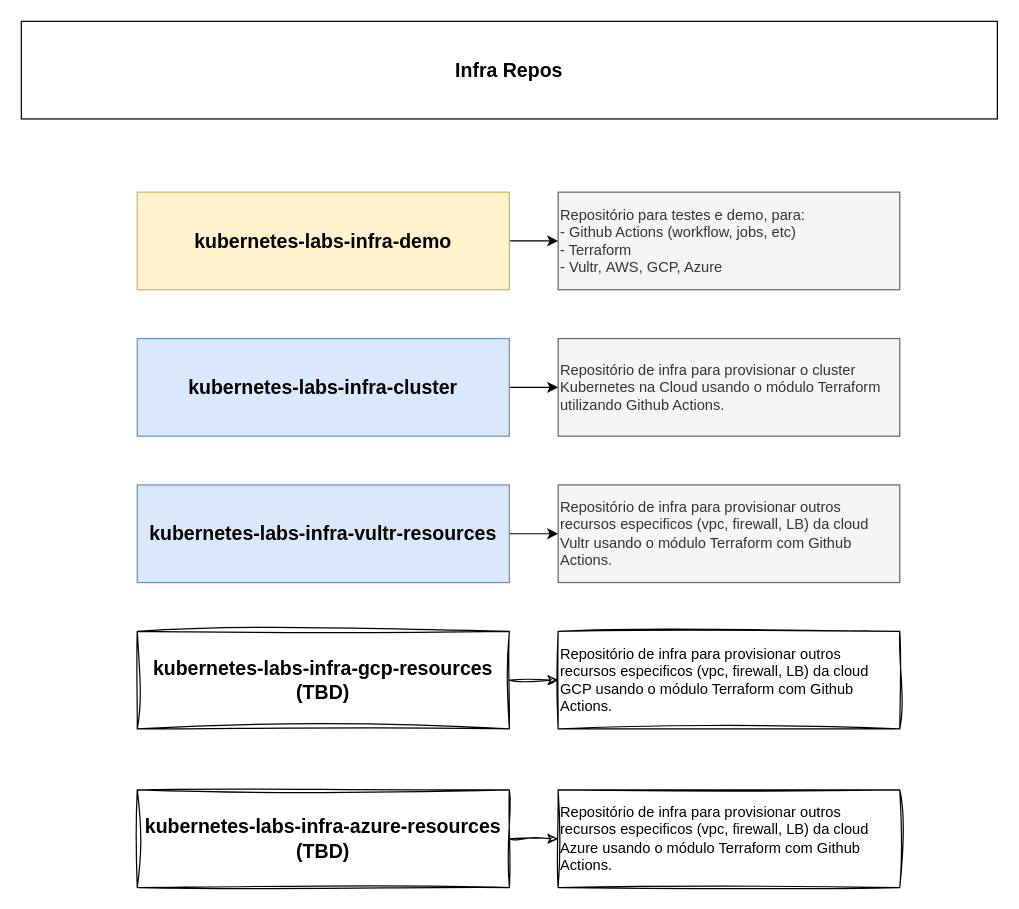
Before: page "repos" (2 of 4) of drawio/arquitetura.drawio in jhegner/kubernetes-labs, a draw.io diagram. Source tidied: cells renumbered, new cells numbered last; positions are measured from the earlier drawing's top-left corner, leaving out a move shared by most shapes. Both pictures are drawn from the tidied source at 122%, with x=0, y=0 at pixel (21, 21).
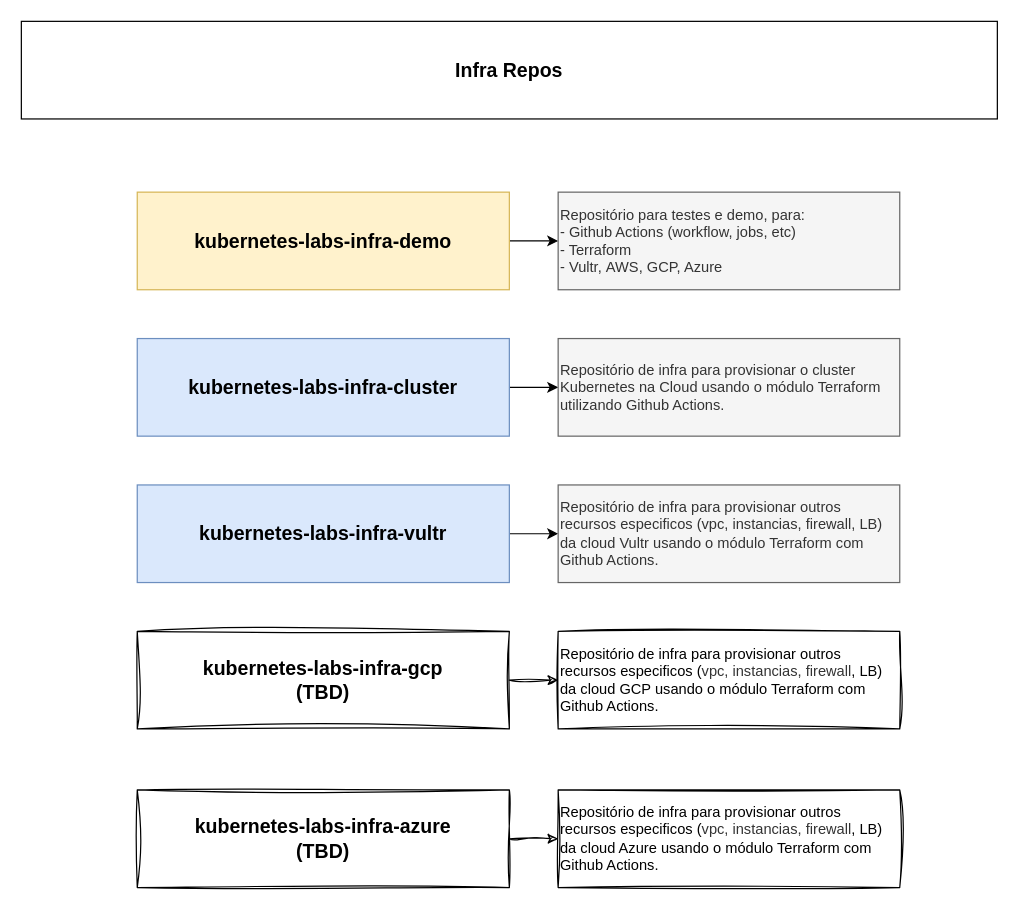
The same diagram, later.

The edit, as a diff of the source:
```diff
@@
 <mxGraphModel>
   <root>
     <mxCell id="0" />
     <mxCell id="1" parent="0" />
     <mxCell id="2" value="&lt;span style=&quot;font-size: 16px; font-weight: 700; text-wrap-mode: nowrap; font-style: normal;&quot;&gt;Infra Repos&lt;/span&gt;" style="whiteSpace=wrap;html=1;fontStyle=2;" parent="1" vertex="1">
       <mxGeometry width="800" height="80" as="geometry" />
     </mxCell>
     <mxCell id="3" style="edgeStyle=orthogonalEdgeStyle;rounded=0;jettySize=auto;html=1;" parent="1" edge="1" source="4" target="7">
       <mxGeometry relative="1" as="geometry" />
     </mxCell>
     <mxCell id="4" value="&lt;span style=&quot;font-size: 16px; text-wrap-mode: nowrap;&quot;&gt;&lt;b&gt;kubernetes-labs-infra-demo&lt;/b&gt;&lt;/span&gt;" style="whiteSpace=wrap;html=1;fillColor=#fff2cc;strokeColor=#d6b656;" parent="1" vertex="1">
       <mxGeometry x="95" y="140" width="305" height="80" as="geometry" />
     </mxCell>
     <mxCell id="5" style="edgeStyle=orthogonalEdgeStyle;rounded=0;jettySize=auto;html=1;" parent="1" edge="1" source="6" target="8">
       <mxGeometry relative="1" as="geometry" />
     </mxCell>
     <mxCell id="6" value="&lt;span style=&quot;font-size: 16px; text-wrap-mode: nowrap;&quot;&gt;&lt;b&gt;&lt;span style=&quot;font-style: normal;&quot;&gt;kubernetes-labs-infra-cluster&lt;/span&gt;&lt;/b&gt;&lt;/span&gt;" style="whiteSpace=wrap;html=1;fontStyle=2;fillColor=#dae8fc;strokeColor=#6c8ebf;" parent="1" vertex="1">
       <mxGeometry x="95" y="260" width="305" height="80" as="geometry" />
     </mxCell>
     <mxCell id="7" value="Repositório para testes e demo, para:&lt;br&gt;- Github Actions (workflow, jobs, etc)&lt;br&gt;- Terraform&lt;br&gt;- Vultr,&amp;nbsp;&lt;span style=&quot;background-color: transparent; color: light-dark(rgb(51, 51, 51), rgb(193, 193, 193));&quot;&gt;AWS, GCP, Azure&lt;/span&gt;" style="whiteSpace=wrap;html=1;align=left;verticalAlign=middle;fillColor=#f5f5f5;strokeColor=#666666;fontColor=#333333;" parent="1" vertex="1">
       <mxGeometry x="440" y="140" width="280" height="80" as="geometry" />
     </mxCell>
     <mxCell id="8" value="Repositório de infra para provisionar o cluster Kubernetes na Cloud usando o módulo Terraform utilizando Github Actions." style="whiteSpace=wrap;html=1;align=left;verticalAlign=middle;fillColor=#f5f5f5;strokeColor=#666666;fontColor=#333333;" parent="1" vertex="1">
       <mxGeometry x="440" y="260" width="280" height="80" as="geometry" />
     </mxCell>
     <mxCell id="9" style="edgeStyle=orthogonalEdgeStyle;rounded=0;jettySize=auto;html=1;" parent="1" edge="1" source="10" target="11">
       <mxGeometry relative="1" as="geometry" />
     </mxCell>
-    <mxCell id="10" value="&lt;span style=&quot;font-size: 16px; text-wrap-mode: nowrap;&quot;&gt;&lt;b&gt;&lt;span style=&quot;font-style: normal;&quot;&gt;kubernetes-labs-infra-vultr-resources&lt;/span&gt;&lt;/b&gt;&lt;/span&gt;" style="whiteSpace=wrap;html=1;fontStyle=2;fillColor=#dae8fc;strokeColor=#6c8ebf;" parent="1" vertex="1">
+    <mxCell id="10" value="&lt;span style=&quot;font-size: 16px; text-wrap-mode: nowrap;&quot;&gt;&lt;b&gt;&lt;span style=&quot;font-style: normal;&quot;&gt;kubernetes-labs-infra-vultr&lt;/span&gt;&lt;/b&gt;&lt;/span&gt;" style="whiteSpace=wrap;html=1;fontStyle=2;fillColor=#dae8fc;strokeColor=#6c8ebf;" parent="1" vertex="1">
       <mxGeometry x="95" y="380" width="305" height="80" as="geometry" />
     </mxCell>
-    <mxCell id="11" value="Repositório de infra para provisionar outros recursos especificos (vpc, firewall, LB) da cloud Vultr usando o módulo Terraform com Github Actions." style="whiteSpace=wrap;html=1;align=left;verticalAlign=middle;fillColor=#f5f5f5;strokeColor=#666666;fontColor=#333333;" parent="1" vertex="1">
+    <mxCell id="11" value="Repositório de infra para provisionar outros recursos especificos (vpc, instancias,&amp;nbsp;firewall, LB) da cloud Vultr usando o módulo Terraform com Github Actions." style="whiteSpace=wrap;html=1;align=left;verticalAlign=middle;fillColor=#f5f5f5;strokeColor=#666666;fontColor=#333333;" parent="1" vertex="1">
       <mxGeometry x="440" y="380" width="280" height="80" as="geometry" />
     </mxCell>
     <mxCell id="12" style="edgeStyle=orthogonalEdgeStyle;rounded=0;jettySize=auto;html=1;fillColor=none;shadow=0;sketch=1;curveFitting=1;jiggle=2;" parent="1" edge="1" source="13" target="14">
       <mxGeometry relative="1" as="geometry" />
     </mxCell>
-    <mxCell id="13" value="&lt;span style=&quot;font-size: 16px; text-wrap-mode: nowrap;&quot;&gt;&lt;b&gt;&lt;span style=&quot;font-style: normal;&quot;&gt;kubernetes-labs-infra-gcp-resources&lt;br&gt;(TBD)&lt;/span&gt;&lt;/b&gt;&lt;/span&gt;" style="whiteSpace=wrap;html=1;fontStyle=2;fillColor=none;shadow=0;sketch=1;curveFitting=1;jiggle=2;" parent="1" vertex="1">
+    <mxCell id="13" value="&lt;span style=&quot;font-size: 16px; text-wrap-mode: nowrap;&quot;&gt;&lt;b&gt;&lt;span style=&quot;font-style: normal;&quot;&gt;kubernetes-labs-infra-gcp&lt;br&gt;(TBD)&lt;/span&gt;&lt;/b&gt;&lt;/span&gt;" style="whiteSpace=wrap;html=1;fontStyle=2;fillColor=none;shadow=0;sketch=1;curveFitting=1;jiggle=2;" parent="1" vertex="1">
       <mxGeometry x="95" y="500" width="305" height="80" as="geometry" />
     </mxCell>
-    <mxCell id="14" value="Repositório de infra para provisionar outros recursos especificos (vpc, firewall, LB) da cloud GCP usando o módulo Terraform com Github Actions." style="whiteSpace=wrap;html=1;align=left;verticalAlign=middle;fillColor=none;shadow=0;sketch=1;curveFitting=1;jiggle=2;" parent="1" vertex="1">
+    <mxCell id="14" value="Repositório de infra para provisionar outros recursos especificos (&lt;span style=&quot;color: rgb(51, 51, 51);&quot;&gt;vpc, instancias,&amp;nbsp;firewall&lt;/span&gt;, LB) da cloud GCP usando o módulo Terraform com Github Actions." style="whiteSpace=wrap;html=1;align=left;verticalAlign=middle;fillColor=none;shadow=0;sketch=1;curveFitting=1;jiggle=2;" parent="1" vertex="1">
       <mxGeometry x="440" y="500" width="280" height="80" as="geometry" />
     </mxCell>
     <mxCell id="15" style="edgeStyle=orthogonalEdgeStyle;rounded=0;jettySize=auto;html=1;fillColor=none;shadow=0;sketch=1;curveFitting=1;jiggle=2;" parent="1" edge="1" source="16" target="17">
       <mxGeometry relative="1" as="geometry" />
     </mxCell>
-    <mxCell id="16" value="&lt;span style=&quot;font-size: 16px; text-wrap-mode: nowrap;&quot;&gt;&lt;b&gt;&lt;span style=&quot;font-style: normal;&quot;&gt;kubernetes-labs-infra-azure-resources&lt;br&gt;(TBD)&lt;/span&gt;&lt;/b&gt;&lt;/span&gt;" style="whiteSpace=wrap;html=1;fontStyle=2;fillColor=none;shadow=0;sketch=1;curveFitting=1;jiggle=2;" parent="1" vertex="1">
+    <mxCell id="16" value="&lt;span style=&quot;font-size: 16px; text-wrap-mode: nowrap;&quot;&gt;&lt;b&gt;&lt;span style=&quot;font-style: normal;&quot;&gt;kubernetes-labs-infra-azure&lt;br&gt;(TBD)&lt;/span&gt;&lt;/b&gt;&lt;/span&gt;" style="whiteSpace=wrap;html=1;fontStyle=2;fillColor=none;shadow=0;sketch=1;curveFitting=1;jiggle=2;" parent="1" vertex="1">
       <mxGeometry x="95" y="630" width="305" height="80" as="geometry" />
     </mxCell>
-    <mxCell id="17" value="Repositório de infra para provisionar outros recursos especificos (vpc, firewall, LB) da cloud Azure usando o módulo Terraform com Github Actions." style="whiteSpace=wrap;html=1;align=left;verticalAlign=middle;fillColor=none;shadow=0;sketch=1;curveFitting=1;jiggle=2;" parent="1" vertex="1">
+    <mxCell id="17" value="Repositório de infra para provisionar outros recursos especificos (&lt;span style=&quot;color: rgb(51, 51, 51);&quot;&gt;vpc, instancias,&amp;nbsp;firewall&lt;/span&gt;, LB) da cloud Azure usando o módulo Terraform com Github Actions." style="whiteSpace=wrap;html=1;align=left;verticalAlign=middle;fillColor=none;shadow=0;sketch=1;curveFitting=1;jiggle=2;" parent="1" vertex="1">
       <mxGeometry x="440" y="630" width="280" height="80" as="geometry" />
     </mxCell>
   </root>
 </mxGraphModel>
```
